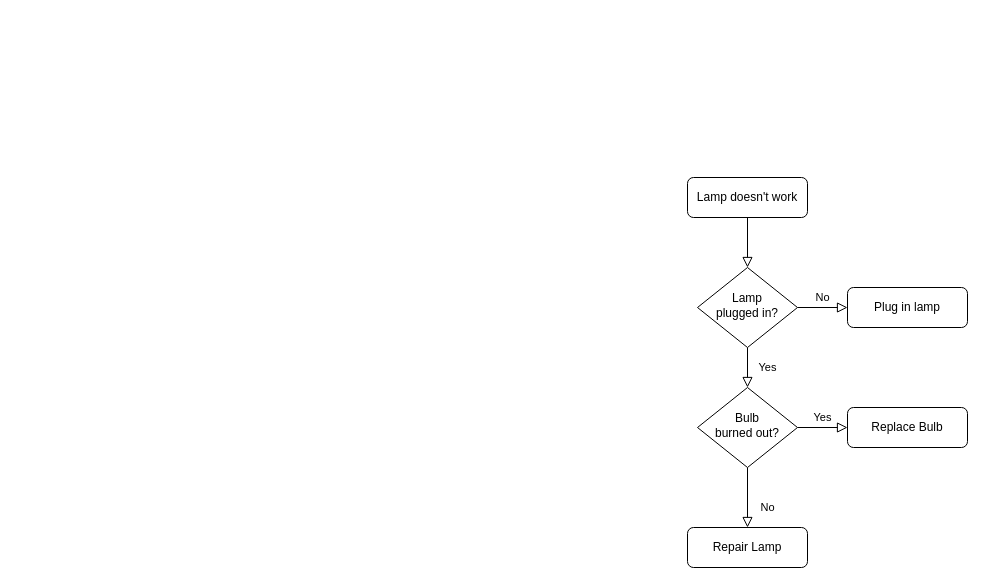
Earlier version of the draw.io diagram Untitled Diagram.drawio (Skeith00/SRepository). Source tidied: cells renumbered, new cells numbered last; positions are measured from the earlier drawing's top-left corner, leaving out a move shared by most shapes. Both pictures are drawn from the tidied source at 100%, with x=0, y=0 at pixel (687, 177).
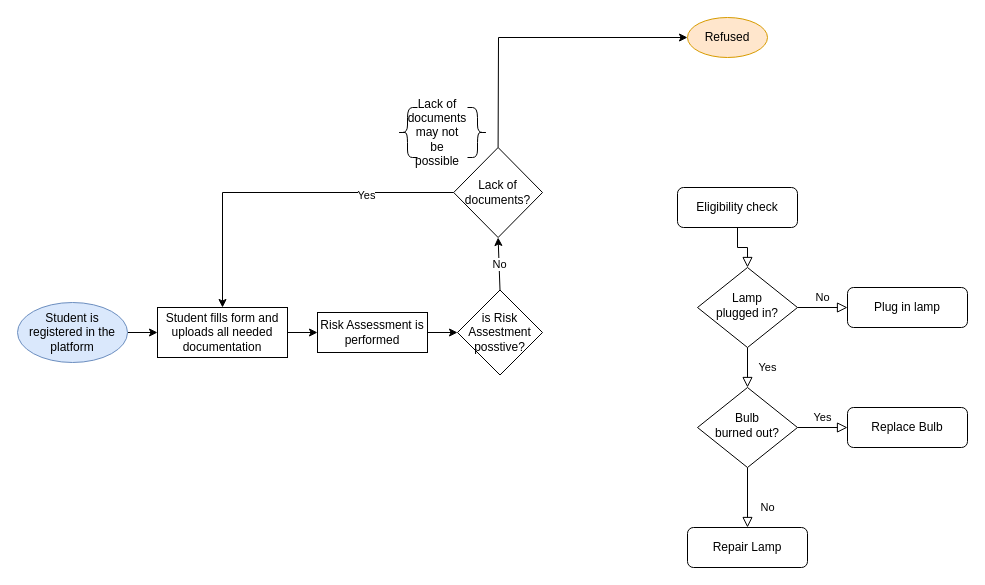
The same diagram, later.

Commit message:
epipe - flow diagram.drawio

The edit, as a diff of the source:
```diff
@@
-    <mxCell id="3" value="Lamp doesn't work" style="rounded=1;whiteSpace=wrap;html=1;fontSize=12;glass=0;strokeWidth=1;shadow=0;" parent="1" vertex="1">
-      <mxGeometry width="120" height="40" as="geometry" />
+    <mxCell id="3" value="Eligibility check" style="rounded=1;whiteSpace=wrap;html=1;fontSize=12;glass=0;strokeWidth=1;shadow=0;" parent="1" vertex="1">
+      <mxGeometry x="-10" y="10" width="120" height="40" as="geometry" />
     </mxCell>
@@
+    <mxCell id="13" value="Student fills form and uploads all needed documentation" style="rounded=0;whiteSpace=wrap;html=1;" parent="1" vertex="1">
+      <mxGeometry x="-530" y="130" width="130" height="50" as="geometry" />
+    </mxCell>
+    <mxCell id="14" style="endArrow=classic;html=1;rounded=0;exitX=1;exitY=0.5;exitDx=0;exitDy=0;entryX=0;entryY=0.5;entryDx=0;entryDy=0;" parent="1" edge="1" source="17" target="13">
+      <mxGeometry relative="1" as="geometry" />
+    </mxCell>
+    <mxCell id="15" value="Risk Assessment is performed" style="rounded=0;whiteSpace=wrap;html=1;" parent="1" vertex="1">
+      <mxGeometry x="-370" y="135" width="110" height="40" as="geometry" />
+    </mxCell>
+    <mxCell id="16" style="endArrow=classic;html=1;rounded=0;exitX=1;exitY=0.5;exitDx=0;exitDy=0;entryX=0;entryY=0.5;entryDx=0;entryDy=0;" parent="1" edge="1" source="13" target="15">
+      <mxGeometry relative="1" as="geometry" />
+    </mxCell>
+    <mxCell id="17" value="Student is registered in the platform" style="ellipse;whiteSpace=wrap;html=1;fillColor=#dae8fc;strokeColor=#6c8ebf;" parent="1" vertex="1">
+      <mxGeometry x="-670" y="125" width="110" height="60" as="geometry" />
+    </mxCell>
+    <mxCell id="18" value="is Risk Assestment posstive?" style="rhombus;whiteSpace=wrap;html=1;" parent="1" vertex="1">
+      <mxGeometry x="-230" y="112.5" width="85" height="85" as="geometry" />
+    </mxCell>
+    <mxCell id="19" style="endArrow=classic;html=1;rounded=0;exitX=1;exitY=0.5;exitDx=0;exitDy=0;entryX=0;entryY=0.5;entryDx=0;entryDy=0;" parent="1" edge="1" source="15" target="18">
+      <mxGeometry relative="1" as="geometry" />
+    </mxCell>
+    <mxCell id="20" value="No" style="endArrow=classic;rounded=0;exitX=0.5;exitY=0;exitDx=0;exitDy=0;labelBorderColor=none;html=1;entryX=0.5;entryY=1;entryDx=0;entryDy=0;" parent="1" edge="1" source="18" target="21">
+      <mxGeometry relative="1" as="geometry" />
+    </mxCell>
+    <mxCell id="21" value="Lack of documents?" style="rhombus;whiteSpace=wrap;html=1;" parent="1" vertex="1">
+      <mxGeometry x="-233.8" y="-30" width="88.8" height="90" as="geometry" />
+    </mxCell>
+    <mxCell id="22" style="endArrow=classic;html=1;rounded=0;labelBorderColor=none;exitX=0;exitY=0.5;exitDx=0;exitDy=0;entryX=0.5;entryY=0;entryDx=0;entryDy=0;" parent="1" edge="1" source="21" target="13">
+      <mxGeometry relative="1" as="geometry">
+        <Array as="points">
+          <mxPoint x="-465" y="15" />
+        </Array>
+      </mxGeometry>
+    </mxCell>
+    <mxCell id="23" value="Yes" style="edgeLabel;html=1;align=center;verticalAlign=middle;" parent="22" vertex="1">
+      <mxGeometry x="-0.49" y="2" relative="1" as="geometry" />
+    </mxCell>
+    <mxCell id="24" value="Refused" style="ellipse;whiteSpace=wrap;html=1;fillColor=#ffe6cc;strokeColor=#d79b00;" parent="1" vertex="1">
+      <mxGeometry y="-160" width="80" height="40" as="geometry" />
+    </mxCell>
+    <mxCell id="25" style="endArrow=classic;html=1;rounded=0;labelBorderColor=none;exitX=0.5;exitY=0;exitDx=0;exitDy=0;entryX=0;entryY=0.5;entryDx=0;entryDy=0;" parent="1" edge="1" source="21" target="24">
+      <mxGeometry relative="1" as="geometry">
+        <Array as="points">
+          <mxPoint x="-189" y="-140" />
+        </Array>
+      </mxGeometry>
+    </mxCell>
+    <mxCell id="26" style="shape=curlyBracket;whiteSpace=wrap;html=1;rounded=1;flipH=1;labelPosition=right;verticalLabelPosition=middle;align=left;verticalAlign=middle;" parent="1" vertex="1">
+      <mxGeometry x="-220" y="-70" width="20" height="50" as="geometry" />
+    </mxCell>
+    <mxCell id="27" style="shape=curlyBracket;whiteSpace=wrap;html=1;rounded=1;labelPosition=left;verticalLabelPosition=middle;align=right;verticalAlign=middle;" parent="1" vertex="1">
+      <mxGeometry x="-290" y="-70" width="20" height="50" as="geometry" />
+    </mxCell>
+    <mxCell id="28" value="Lack of documents may not be possible" style="text;html=1;strokeColor=none;fillColor=none;align=center;verticalAlign=middle;whiteSpace=wrap;rounded=0;" parent="1" vertex="1">
+      <mxGeometry x="-280" y="-60" width="60" height="30" as="geometry" />
+    </mxCell>
```
